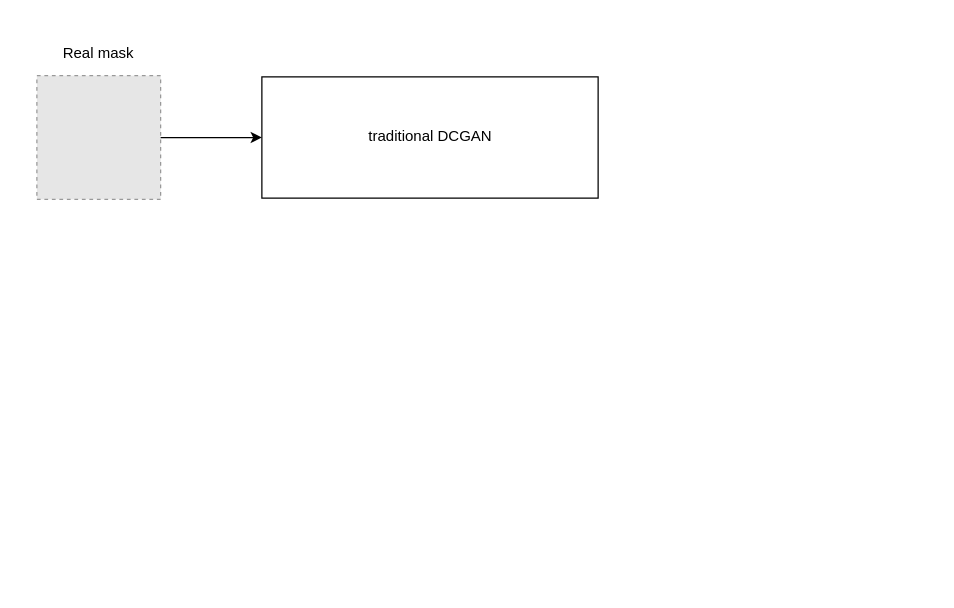
Before: src/Untitled Diagram.drawio in KamenDamov/IFT3710-Advanced-Project-in-ML-AI, a draw.io diagram. Source tidied: cells renumbered, new cells numbered last; positions are measured from the earlier drawing's top-left corner, leaving out a move shared by most shapes. Both pictures are drawn from the tidied source at 125%, with x=0, y=0 at pixel (21, 28). Pictures stored in the file or linked from it are replaced by grey dashed boxes.
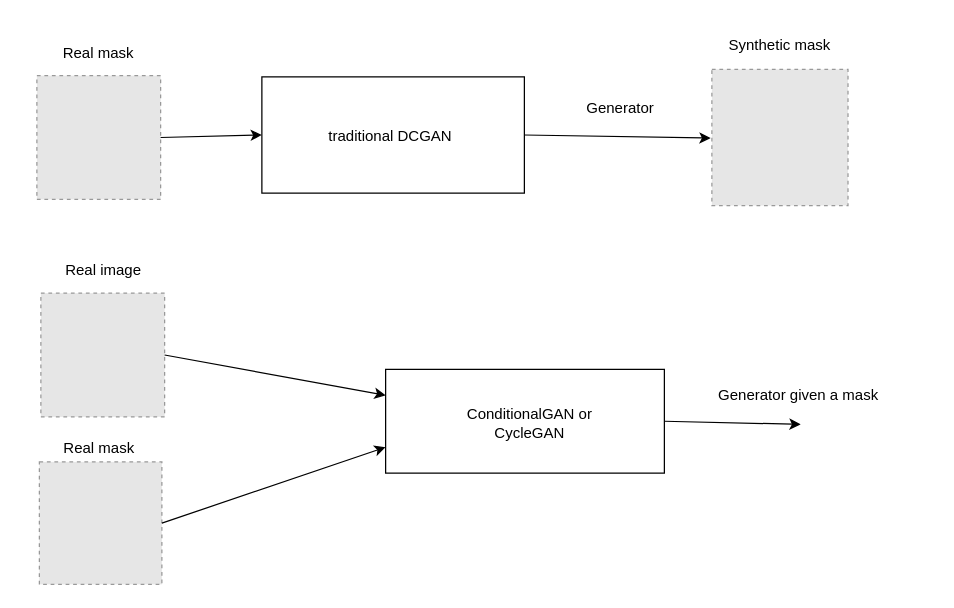
The same page after the edit.

Change to the diagram source:
```diff
@@
     <mxCell id="2" style="rounded=0;whiteSpace=wrap;html=1;" parent="1" vertex="1">
-      <mxGeometry x="192" y="39" width="269" height="97" as="geometry" />
+      <mxGeometry x="192" y="39" width="210" height="93" as="geometry" />
     </mxCell>
     <mxCell id="3" value="traditional DCGAN" style="text;html=1;align=center;verticalAlign=middle;whiteSpace=wrap;rounded=0;" parent="1" vertex="1">
-      <mxGeometry x="240.5" y="66.2" width="172" height="42.5" as="geometry" />
+      <mxGeometry x="209" y="66.2" width="172" height="42.5" as="geometry" />
     </mxCell>
@@
+    <mxCell id="7" style="endArrow=classic;html=1;rounded=0;exitX=1;exitY=0.5;exitDx=0;exitDy=0;" parent="1" edge="1" source="2">
+      <mxGeometry relative="1" as="geometry">
+        <mxPoint x="551" y="88" as="targetPoint" />
+      </mxGeometry>
+    </mxCell>
+    <mxCell id="8" style="fillColor=#E6E6E6;strokeColor=#999999;dashed=1;verticalLabelPosition=bottom;labelBackgroundColor=default;verticalAlign=top;" parent="1" vertex="1">
+      <mxGeometry x="552" y="33" width="108.9" height="108.9" as="geometry" />
+    </mxCell>
+    <mxCell id="9" value="Synthetic mask" style="text;html=1;align=center;verticalAlign=middle;whiteSpace=wrap;rounded=0;" parent="1" vertex="1">
+      <mxGeometry x="544.9" y="-5.9" width="123" height="39" as="geometry" />
+    </mxCell>
+    <mxCell id="10" style="rounded=0;whiteSpace=wrap;html=1;" parent="1" vertex="1">
+      <mxGeometry x="291" y="273" width="223" height="83" as="geometry" />
+    </mxCell>
+    <mxCell id="11" value="ConditionalGAN or CycleGAN" style="text;html=1;align=center;verticalAlign=middle;whiteSpace=wrap;rounded=0;" parent="1" vertex="1">
+      <mxGeometry x="337.5" y="298.5" width="136.5" height="35.5" as="geometry" />
+    </mxCell>
+    <mxCell id="12" style="fillColor=#E6E6E6;strokeColor=#999999;dashed=1;verticalLabelPosition=bottom;labelBackgroundColor=default;verticalAlign=top;" parent="1" vertex="1">
+      <mxGeometry x="15.2" y="212" width="99" height="99" as="geometry" />
+    </mxCell>
+    <mxCell id="13" style="fillColor=#E6E6E6;strokeColor=#999999;dashed=1;verticalLabelPosition=bottom;labelBackgroundColor=default;verticalAlign=top;" parent="1" vertex="1">
+      <mxGeometry x="14" y="347" width="98" height="98" as="geometry" />
+    </mxCell>
+    <mxCell id="14" value="Real image" style="text;html=1;align=center;verticalAlign=middle;whiteSpace=wrap;rounded=0;" parent="1" vertex="1">
+      <mxGeometry x="6.5" y="179" width="116.5" height="30" as="geometry" />
+    </mxCell>
+    <mxCell id="15" value="Real mask" style="text;html=1;align=center;verticalAlign=middle;whiteSpace=wrap;rounded=0;" parent="1" vertex="1">
+      <mxGeometry x="14" y="321" width="96" height="30" as="geometry" />
+    </mxCell>
+    <mxCell id="16" style="endArrow=classic;html=1;rounded=0;exitX=1;exitY=0.5;exitDx=0;exitDy=0;entryX=0;entryY=0.25;entryDx=0;entryDy=0;" parent="1" edge="1" source="12" target="10">
+      <mxGeometry relative="1" as="geometry" />
+    </mxCell>
+    <mxCell id="17" style="endArrow=classic;html=1;rounded=0;exitX=1;exitY=0.5;exitDx=0;exitDy=0;entryX=0;entryY=0.75;entryDx=0;entryDy=0;" parent="1" edge="1" source="13" target="10">
+      <mxGeometry relative="1" as="geometry" />
+    </mxCell>
+    <mxCell id="18" value="G&lt;span style=&quot;background-color: transparent; color: light-dark(rgb(0, 0, 0), rgb(255, 255, 255));&quot;&gt;enerator&lt;/span&gt;" style="text;html=1;align=center;verticalAlign=middle;whiteSpace=wrap;rounded=0;" parent="1" vertex="1">
+      <mxGeometry x="446" y="49" width="66" height="30" as="geometry" />
+    </mxCell>
+    <mxCell id="19" style="endArrow=classic;html=1;rounded=0;exitX=1;exitY=0.5;exitDx=0;exitDy=0;" parent="1" edge="1" source="10">
+      <mxGeometry relative="1" as="geometry">
+        <mxPoint x="623" y="317" as="targetPoint" />
+      </mxGeometry>
+    </mxCell>
+    <mxCell id="20" value="Generator given a mask" style="text;html=1;align=center;verticalAlign=middle;whiteSpace=wrap;rounded=0;" parent="1" vertex="1">
+      <mxGeometry x="514" y="279" width="215" height="30" as="geometry" />
+    </mxCell>
```
